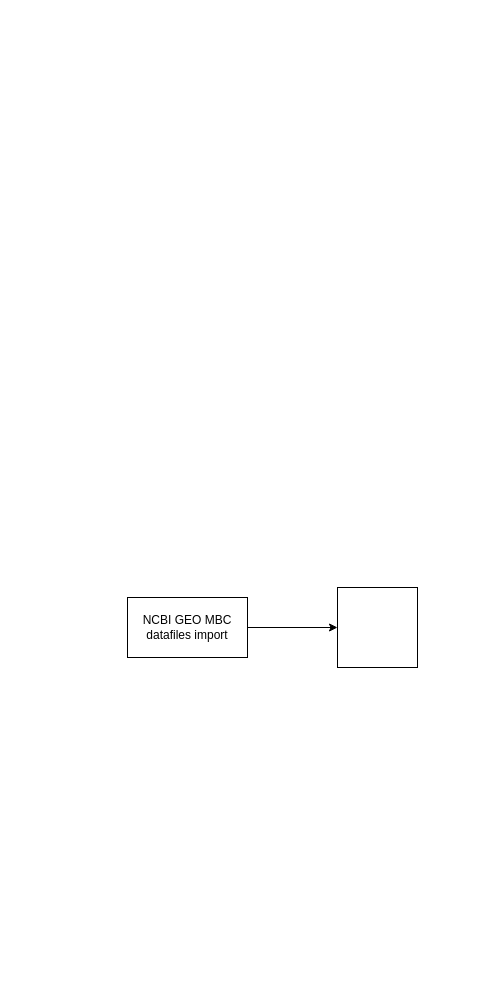
This is doc/images/Untitled Diagram.drawio from rforbiodatascience24/group_08_project, a draw.io file, before an edit. Source tidied: cells renumbered, new cells numbered last; positions are measured from the earlier drawing's top-left corner, leaving out a move shared by most shapes. Both pictures are drawn from the tidied source at 100%, with x=0, y=0 at pixel (127, 587).
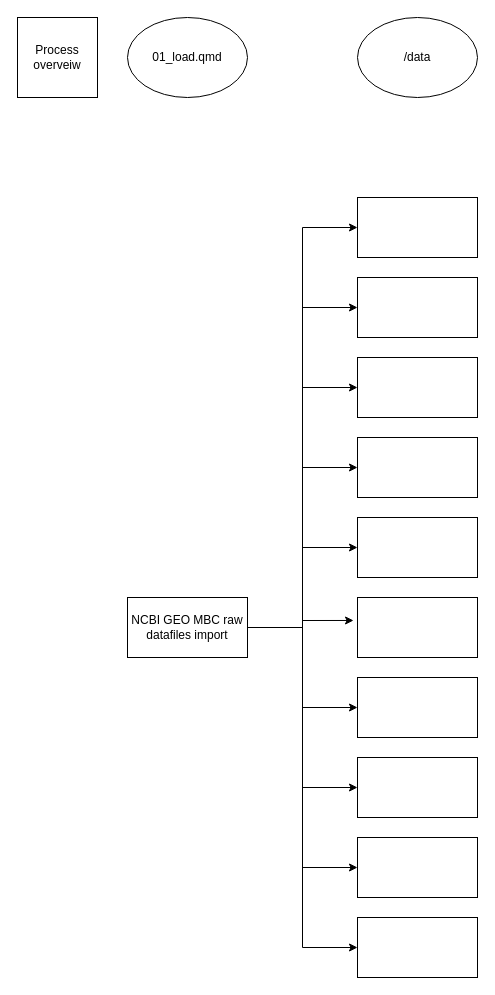
Above is the later version.

Diff of the diagram source:
```diff
@@
-    <mxCell id="2" style="edgeStyle=orthogonalEdgeStyle;rounded=0;jettySize=auto;html=1;entryX=0;entryY=0.5;entryDx=0;entryDy=0;" parent="1" edge="1" source="3" target="4">
+    <mxCell id="2" style="edgeStyle=orthogonalEdgeStyle;rounded=0;jettySize=auto;html=1;entryX=0;entryY=0.5;entryDx=0;entryDy=0;" parent="1" edge="1" source="3" target="13">
       <mxGeometry relative="1" as="geometry" />
     </mxCell>
+    <mxCell id="5" style="edgeStyle=orthogonalEdgeStyle;rounded=0;jettySize=auto;html=1;entryX=0;entryY=0.5;entryDx=0;entryDy=0;" parent="1" edge="1" source="3" target="16">
+      <mxGeometry relative="1" as="geometry" />
+    </mxCell>
+    <mxCell id="6" style="edgeStyle=orthogonalEdgeStyle;rounded=0;jettySize=auto;html=1;entryX=0;entryY=0.5;entryDx=0;entryDy=0;" parent="1" edge="1" source="3" target="15">
+      <mxGeometry relative="1" as="geometry" />
+    </mxCell>
+    <mxCell id="7" style="edgeStyle=orthogonalEdgeStyle;rounded=0;jettySize=auto;html=1;entryX=0;entryY=0.5;entryDx=0;entryDy=0;" parent="1" edge="1" source="3" target="14">
+      <mxGeometry relative="1" as="geometry" />
+    </mxCell>
+    <mxCell id="8" style="edgeStyle=orthogonalEdgeStyle;rounded=0;jettySize=auto;html=1;entryX=0;entryY=0.5;entryDx=0;entryDy=0;" parent="1" edge="1" source="3" target="17">
+      <mxGeometry relative="1" as="geometry" />
+    </mxCell>
+    <mxCell id="9" style="edgeStyle=orthogonalEdgeStyle;rounded=0;jettySize=auto;html=1;entryX=0;entryY=0.5;entryDx=0;entryDy=0;" parent="1" edge="1" source="3" target="19">
+      <mxGeometry relative="1" as="geometry" />
+    </mxCell>
+    <mxCell id="10" style="edgeStyle=orthogonalEdgeStyle;rounded=0;jettySize=auto;html=1;entryX=0;entryY=0.5;entryDx=0;entryDy=0;" parent="1" edge="1" source="3" target="20">
+      <mxGeometry relative="1" as="geometry" />
+    </mxCell>
+    <mxCell id="11" style="edgeStyle=orthogonalEdgeStyle;rounded=0;jettySize=auto;html=1;entryX=0;entryY=0.5;entryDx=0;entryDy=0;" parent="1" edge="1" source="3" target="21">
+      <mxGeometry relative="1" as="geometry" />
+    </mxCell>
+    <mxCell id="12" style="edgeStyle=orthogonalEdgeStyle;rounded=0;jettySize=auto;html=1;entryX=0;entryY=0.5;entryDx=0;entryDy=0;" parent="1" edge="1" source="3" target="22">
+      <mxGeometry relative="1" as="geometry" />
+    </mxCell>
-    <mxCell id="3" value="NCBI GEO MBC datafiles import" style="rounded=0;whiteSpace=wrap;html=1;" parent="1" vertex="1">
+    <mxCell id="3" value="NCBI GEO MBC raw datafiles import" style="rounded=0;whiteSpace=wrap;html=1;" parent="1" vertex="1">
       <mxGeometry y="10" width="120" height="60" as="geometry" />
     </mxCell>
-    <mxCell id="4" style="whiteSpace=wrap;html=1;" parent="1" vertex="1">
-      <mxGeometry x="210" width="80" height="80" as="geometry" />
-    </mxCell>
+    <mxCell id="13" style="rounded=0;whiteSpace=wrap;html=1;" parent="1" vertex="1">
+      <mxGeometry x="230" y="-390" width="120" height="60" as="geometry" />
+    </mxCell>
+    <mxCell id="14" style="rounded=0;whiteSpace=wrap;html=1;" parent="1" vertex="1">
+      <mxGeometry x="230" y="-150" width="120" height="60" as="geometry" />
+    </mxCell>
+    <mxCell id="15" style="rounded=0;whiteSpace=wrap;html=1;" parent="1" vertex="1">
+      <mxGeometry x="230" y="-230" width="120" height="60" as="geometry" />
+    </mxCell>
+    <mxCell id="16" style="rounded=0;whiteSpace=wrap;html=1;" parent="1" vertex="1">
+      <mxGeometry x="230" y="-310" width="120" height="60" as="geometry" />
+    </mxCell>
+    <mxCell id="17" style="rounded=0;whiteSpace=wrap;html=1;" parent="1" vertex="1">
+      <mxGeometry x="230" y="-70" width="120" height="60" as="geometry" />
+    </mxCell>
+    <mxCell id="18" style="rounded=0;whiteSpace=wrap;html=1;" parent="1" vertex="1">
+      <mxGeometry x="230" y="10" width="120" height="60" as="geometry" />
+    </mxCell>
+    <mxCell id="19" style="rounded=0;whiteSpace=wrap;html=1;" parent="1" vertex="1">
+      <mxGeometry x="230" y="90" width="120" height="60" as="geometry" />
+    </mxCell>
+    <mxCell id="20" style="rounded=0;whiteSpace=wrap;html=1;" parent="1" vertex="1">
+      <mxGeometry x="230" y="170" width="120" height="60" as="geometry" />
+    </mxCell>
+    <mxCell id="21" style="rounded=0;whiteSpace=wrap;html=1;" parent="1" vertex="1">
+      <mxGeometry x="230" y="250" width="120" height="60" as="geometry" />
+    </mxCell>
+    <mxCell id="22" style="rounded=0;whiteSpace=wrap;html=1;" parent="1" vertex="1">
+      <mxGeometry x="230" y="330" width="120" height="60" as="geometry" />
+    </mxCell>
+    <mxCell id="23" style="edgeStyle=orthogonalEdgeStyle;rounded=0;jettySize=auto;html=1;entryX=-0.033;entryY=0.383;entryDx=0;entryDy=0;entryPerimeter=0;" parent="1" edge="1" source="3" target="18">
+      <mxGeometry relative="1" as="geometry" />
+    </mxCell>
+    <mxCell id="24" value="01_load.qmd" style="ellipse;whiteSpace=wrap;html=1;" parent="1" vertex="1">
+      <mxGeometry y="-570" width="120" height="80" as="geometry" />
+    </mxCell>
+    <mxCell id="25" value="Process overveiw" style="whiteSpace=wrap;html=1;" parent="1" vertex="1">
+      <mxGeometry x="-110" y="-570" width="80" height="80" as="geometry" />
+    </mxCell>
+    <mxCell id="26" value="/data" style="ellipse;whiteSpace=wrap;html=1;" parent="1" vertex="1">
+      <mxGeometry x="230" y="-570" width="120" height="80" as="geometry" />
+    </mxCell>
```
